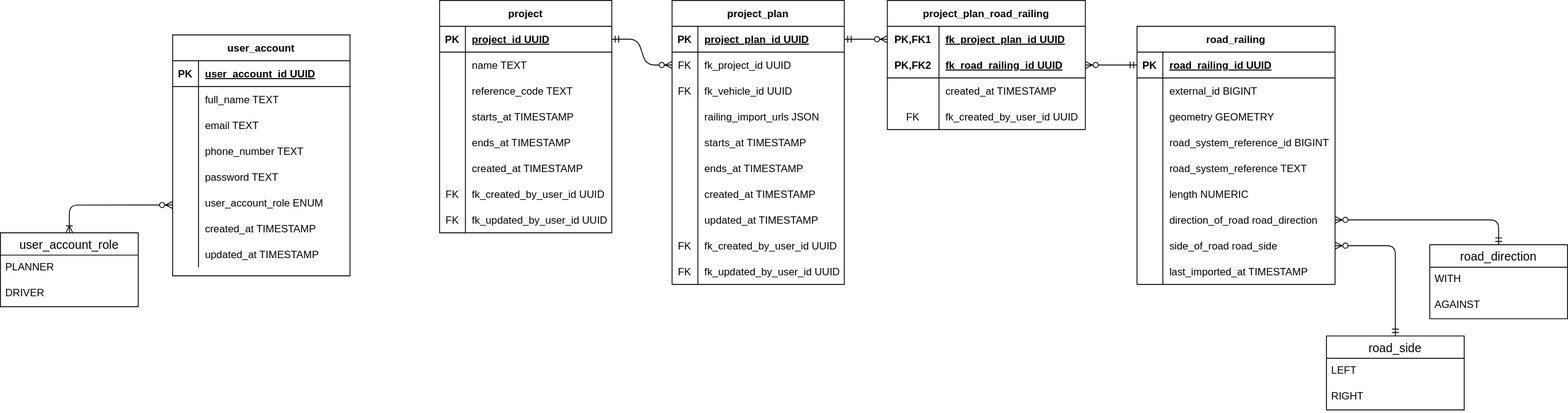
triosnok/isi-planning-tool keeps this draw.io diagram as docs/diagrams/erdiagram.drawio.svg. Above is the earlier version. Source tidied: cells renumbered, new cells last; positions are measured from the earlier drawing's top-left corner, leaving out a move shared by most shapes.
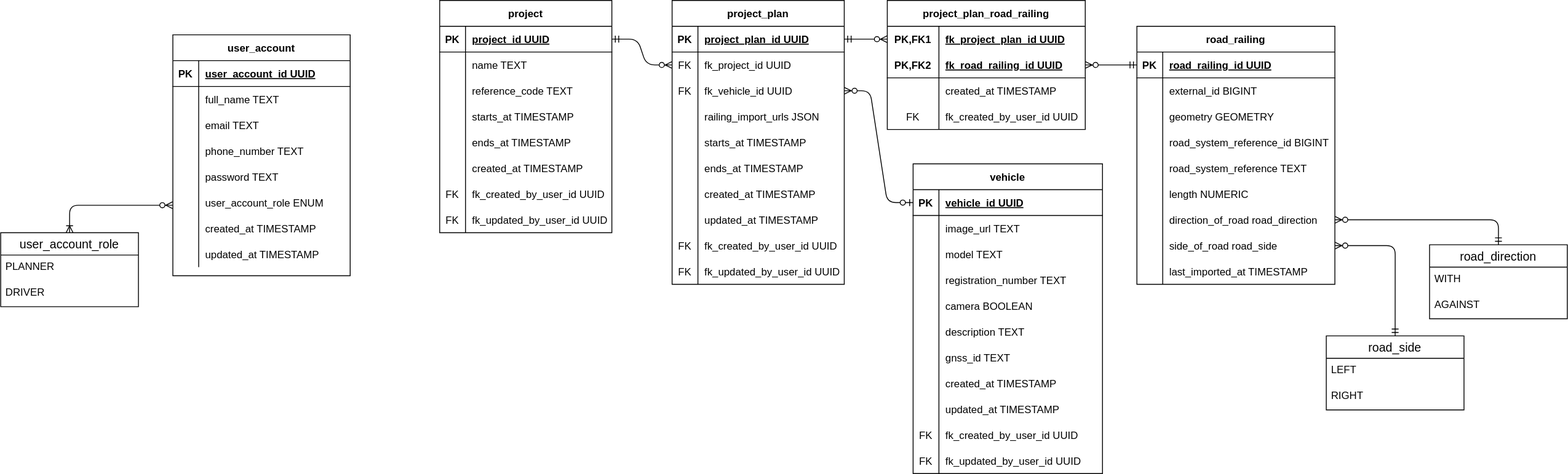
Later version of the same file.

Commit message:
docs: B24-85 add vehicle to ER diagram

Diff of the diagram source:
```diff
@@ -418,5 +418,110 @@
     <mxCell id="138" style="edgeStyle=orthogonalEdgeStyle;fontSize=12;html=1;endArrow=ERzeroToMany;startArrow=ERmandOne;exitX=0.5;exitY=0;exitDx=0;exitDy=0;entryX=1;entryY=0.5;entryDx=0;entryDy=0;" parent="1" edge="1" source="134" target="110">
       <mxGeometry relative="1" as="geometry" />
     </mxCell>
+    <mxCell id="139" value="vehicle" style="shape=table;startSize=30;rowLines=0;fontStyle=1;align=center;" parent="1" vertex="1">
+      <mxGeometry x="1060" y="190" width="220" height="360" as="geometry" />
+    </mxCell>
+    <mxCell id="140" style="shape=tableRow;horizontal=0;startSize=0;swimlaneHead=0;swimlaneBody=0;fillColor=none;points=[[0,0.5],[1,0.5]];portConstraint=eastwest;top=0;left=0;right=0;bottom=1;" parent="139" vertex="1">
+      <mxGeometry y="30" width="220" height="30" as="geometry" />
+    </mxCell>
+    <mxCell id="141" value="PK" style="shape=partialRectangle;fillColor=none;top=0;left=0;bottom=0;right=0;fontStyle=1;overflow=hidden;" parent="140" vertex="1">
+      <mxGeometry width="30" height="30" as="geometry" />
+    </mxCell>
+    <mxCell id="142" value="vehicle_id UUID" style="shape=partialRectangle;fillColor=none;top=0;left=0;bottom=0;right=0;align=left;spacingLeft=6;fontStyle=5;overflow=hidden;" parent="140" vertex="1">
+      <mxGeometry x="30" width="190" height="30" as="geometry" />
+    </mxCell>
+    <mxCell id="143" style="shape=tableRow;horizontal=0;startSize=0;swimlaneHead=0;swimlaneBody=0;fillColor=none;top=0;left=0;right=0;bottom=0;" parent="139" vertex="1">
+      <mxGeometry y="60" width="220" height="30" as="geometry" />
+    </mxCell>
+    <mxCell id="144" style="shape=partialRectangle;fillColor=none;top=0;left=0;bottom=0;right=0;overflow=hidden;" parent="143" vertex="1">
+      <mxGeometry width="30" height="30" as="geometry" />
+    </mxCell>
+    <mxCell id="145" value="image_url TEXT" style="shape=partialRectangle;fillColor=none;top=0;left=0;bottom=0;right=0;align=left;spacingLeft=6;overflow=hidden;" parent="143" vertex="1">
+      <mxGeometry x="30" width="190" height="30" as="geometry" />
+    </mxCell>
+    <mxCell id="146" style="shape=tableRow;horizontal=0;startSize=0;swimlaneHead=0;swimlaneBody=0;fillColor=none;top=0;left=0;right=0;bottom=0;" parent="139" vertex="1">
+      <mxGeometry y="90" width="220" height="30" as="geometry" />
+    </mxCell>
+    <mxCell id="147" style="shape=partialRectangle;fillColor=none;top=0;left=0;bottom=0;right=0;overflow=hidden;" parent="146" vertex="1">
+      <mxGeometry width="30" height="30" as="geometry" />
+    </mxCell>
+    <mxCell id="148" value="model TEXT" style="shape=partialRectangle;fillColor=none;top=0;left=0;bottom=0;right=0;align=left;spacingLeft=6;overflow=hidden;" parent="146" vertex="1">
+      <mxGeometry x="30" width="190" height="30" as="geometry" />
+    </mxCell>
+    <mxCell id="149" style="shape=tableRow;horizontal=0;startSize=0;swimlaneHead=0;swimlaneBody=0;fillColor=none;top=0;left=0;right=0;bottom=0;" parent="139" vertex="1">
+      <mxGeometry y="120" width="220" height="30" as="geometry" />
+    </mxCell>
+    <mxCell id="150" style="shape=partialRectangle;fillColor=none;top=0;left=0;bottom=0;right=0;overflow=hidden;" parent="149" vertex="1">
+      <mxGeometry width="30" height="30" as="geometry" />
+    </mxCell>
+    <mxCell id="151" value="registration_number TEXT" style="shape=partialRectangle;fillColor=none;top=0;left=0;bottom=0;right=0;align=left;spacingLeft=6;overflow=hidden;" parent="149" vertex="1">
+      <mxGeometry x="30" width="190" height="30" as="geometry" />
+    </mxCell>
+    <mxCell id="152" style="shape=tableRow;horizontal=0;startSize=0;swimlaneHead=0;swimlaneBody=0;fillColor=none;top=0;left=0;right=0;bottom=0;" parent="139" vertex="1">
+      <mxGeometry y="150" width="220" height="30" as="geometry" />
+    </mxCell>
+    <mxCell id="153" style="shape=partialRectangle;fillColor=none;top=0;left=0;bottom=0;right=0;overflow=hidden;" parent="152" vertex="1">
+      <mxGeometry width="30" height="30" as="geometry" />
+    </mxCell>
+    <mxCell id="154" value="camera BOOLEAN" style="shape=partialRectangle;fillColor=none;top=0;left=0;bottom=0;right=0;align=left;spacingLeft=6;overflow=hidden;" parent="152" vertex="1">
+      <mxGeometry x="30" width="190" height="30" as="geometry" />
+    </mxCell>
+    <mxCell id="155" style="shape=tableRow;horizontal=0;startSize=0;swimlaneHead=0;swimlaneBody=0;fillColor=none;top=0;left=0;right=0;bottom=0;" parent="139" vertex="1">
+      <mxGeometry y="180" width="220" height="30" as="geometry" />
+    </mxCell>
+    <mxCell id="156" style="shape=partialRectangle;fillColor=none;top=0;left=0;bottom=0;right=0;overflow=hidden;" parent="155" vertex="1">
+      <mxGeometry width="30" height="30" as="geometry" />
+    </mxCell>
+    <mxCell id="157" value="description TEXT" style="shape=partialRectangle;fillColor=none;top=0;left=0;bottom=0;right=0;align=left;spacingLeft=6;overflow=hidden;" parent="155" vertex="1">
+      <mxGeometry x="30" width="190" height="30" as="geometry" />
+    </mxCell>
+    <mxCell id="158" style="shape=tableRow;horizontal=0;startSize=0;swimlaneHead=0;swimlaneBody=0;fillColor=none;top=0;left=0;right=0;bottom=0;" parent="139" vertex="1">
+      <mxGeometry y="210" width="220" height="30" as="geometry" />
+    </mxCell>
+    <mxCell id="159" style="shape=partialRectangle;fillColor=none;top=0;left=0;bottom=0;right=0;overflow=hidden;" parent="158" vertex="1">
+      <mxGeometry width="30" height="30" as="geometry" />
+    </mxCell>
+    <mxCell id="160" value="gnss_id TEXT" style="shape=partialRectangle;fillColor=none;top=0;left=0;bottom=0;right=0;align=left;spacingLeft=6;overflow=hidden;" parent="158" vertex="1">
+      <mxGeometry x="30" width="190" height="30" as="geometry" />
+    </mxCell>
+    <mxCell id="161" style="shape=tableRow;horizontal=0;startSize=0;swimlaneHead=0;swimlaneBody=0;fillColor=none;top=0;left=0;right=0;bottom=0;" parent="139" vertex="1">
+      <mxGeometry y="240" width="220" height="30" as="geometry" />
+    </mxCell>
+    <mxCell id="162" style="shape=partialRectangle;fillColor=none;top=0;left=0;bottom=0;right=0;overflow=hidden;" parent="161" vertex="1">
+      <mxGeometry width="30" height="30" as="geometry" />
+    </mxCell>
+    <mxCell id="163" value="created_at TIMESTAMP" style="shape=partialRectangle;fillColor=none;top=0;left=0;bottom=0;right=0;align=left;spacingLeft=6;overflow=hidden;" parent="161" vertex="1">
+      <mxGeometry x="30" width="190" height="30" as="geometry" />
+    </mxCell>
+    <mxCell id="164" style="shape=tableRow;horizontal=0;startSize=0;swimlaneHead=0;swimlaneBody=0;fillColor=none;top=0;left=0;right=0;bottom=0;" parent="139" vertex="1">
+      <mxGeometry y="270" width="220" height="30" as="geometry" />
+    </mxCell>
+    <mxCell id="165" style="shape=partialRectangle;fillColor=none;top=0;left=0;bottom=0;right=0;overflow=hidden;" parent="164" vertex="1">
+      <mxGeometry width="30" height="30" as="geometry" />
+    </mxCell>
+    <mxCell id="166" value="updated_at TIMESTAMP" style="shape=partialRectangle;fillColor=none;top=0;left=0;bottom=0;right=0;align=left;spacingLeft=6;overflow=hidden;" parent="164" vertex="1">
+      <mxGeometry x="30" width="190" height="30" as="geometry" />
+    </mxCell>
+    <mxCell id="167" style="shape=tableRow;horizontal=0;startSize=0;swimlaneHead=0;swimlaneBody=0;fillColor=none;top=0;left=0;right=0;bottom=0;" parent="139" vertex="1">
+      <mxGeometry y="300" width="220" height="30" as="geometry" />
+    </mxCell>
+    <mxCell id="168" value="FK" style="shape=partialRectangle;fillColor=none;top=0;left=0;bottom=0;right=0;fontStyle=0;overflow=hidden;" parent="167" vertex="1">
+      <mxGeometry width="30" height="30" as="geometry" />
+    </mxCell>
+    <mxCell id="169" value="fk_created_by_user_id UUID" style="shape=partialRectangle;fillColor=none;top=0;left=0;bottom=0;right=0;align=left;spacingLeft=6;fontStyle=0;overflow=hidden;" parent="167" vertex="1">
+      <mxGeometry x="30" width="190" height="30" as="geometry" />
+    </mxCell>
+    <mxCell id="170" style="shape=tableRow;horizontal=0;startSize=0;swimlaneHead=0;swimlaneBody=0;fillColor=none;top=0;left=0;right=0;bottom=0;" parent="139" vertex="1">
+      <mxGeometry y="330" width="220" height="30" as="geometry" />
+    </mxCell>
+    <mxCell id="171" value="FK" style="shape=partialRectangle;fillColor=none;top=0;left=0;bottom=0;right=0;fontStyle=0;overflow=hidden;" parent="170" vertex="1">
+      <mxGeometry width="30" height="30" as="geometry" />
+    </mxCell>
+    <mxCell id="172" value="fk_updated_by_user_id UUID" style="shape=partialRectangle;fillColor=none;top=0;left=0;bottom=0;right=0;align=left;spacingLeft=6;fontStyle=0;overflow=hidden;" parent="170" vertex="1">
+      <mxGeometry x="30" width="190" height="30" as="geometry" />
+    </mxCell>
+    <mxCell id="173" style="edgeStyle=entityRelationEdgeStyle;fontSize=12;html=1;endArrow=ERzeroToMany;startArrow=ERzeroToOne;exitX=0;exitY=0.5;exitDx=0;exitDy=0;entryX=1;entryY=0.5;entryDx=0;entryDy=0;" parent="1" edge="1" source="140" target="63">
+      <mxGeometry relative="1" as="geometry" />
+    </mxCell>
   </root>
 </mxGraphModel>
```
